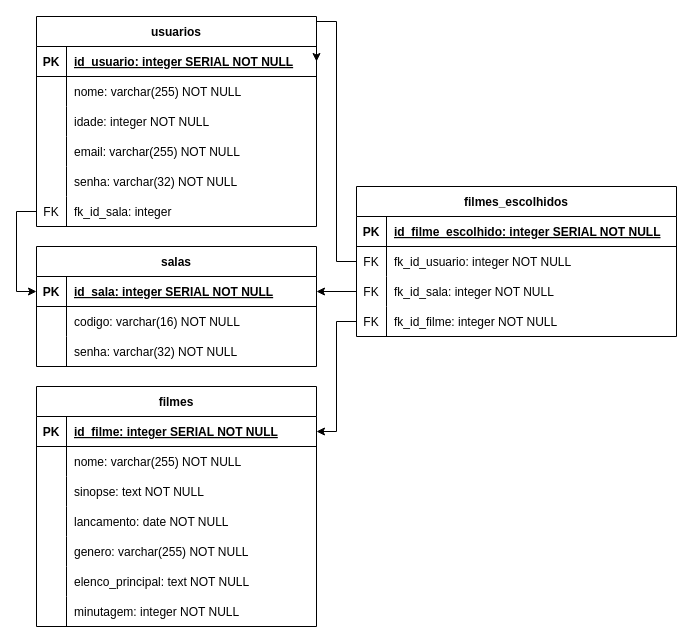
LoriaLawrenceZ/GROVIER-backend keeps this draw.io diagram as Untitled Diagram.drawio. Above is the earlier version. Source tidied: cells renumbered, new cells numbered last; positions are measured from the earlier drawing's top-left corner, leaving out a move shared by most shapes. Both pictures are drawn from the tidied source at 100%, with x=0, y=0 at pixel (36, 16).
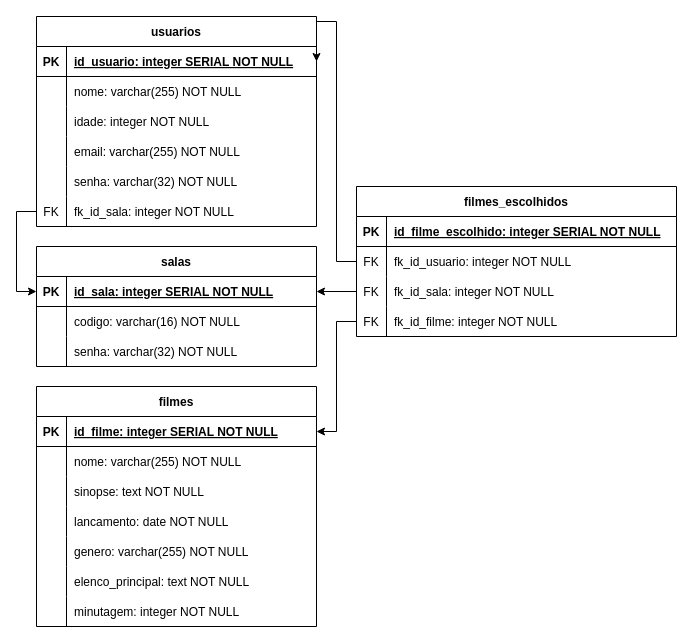
Above is the later version.

Commit message:
[fix] Atribuindo NOT NULL a todos os  campos

The change refers to these unchanged cells:
```xml
<mxCell id="50" style="shape=partialRectangle;fillColor=none;points=[[0,0.5],[1,0.5]];portConstraint=eastwest;top=0;left=0;right=0;bottom=0;" parent="34" vertex="1">
  <mxGeometry y="180" width="280" height="30" as="geometry" />
</mxCell>
```

The edit, as a diff of the source:
```diff
@@
-    <mxCell id="52" value="fk_id_sala: integer" style="shape=partialRectangle;overflow=hidden;fillColor=none;top=0;left=0;bottom=0;right=0;align=left;spacingLeft=6;" parent="50" vertex="1">
+    <mxCell id="52" value="fk_id_sala: integer NOT NULL" style="shape=partialRectangle;overflow=hidden;fillColor=none;top=0;left=0;bottom=0;right=0;align=left;spacingLeft=6;" parent="50" vertex="1">
       <mxGeometry x="30" width="250" height="30" as="geometry" />
     </mxCell>
```
